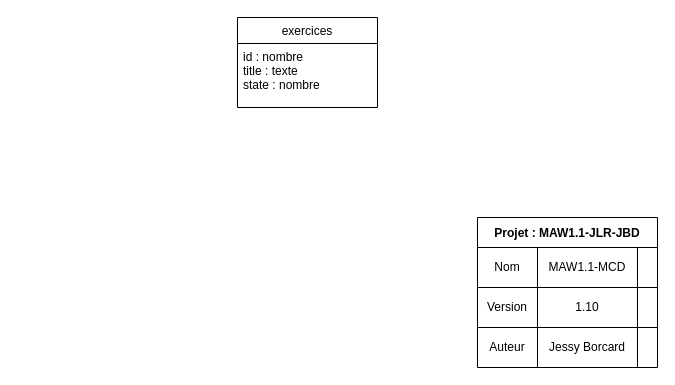
This is Documentation/MAW1.1-MCD.drawio from CPNV-ES/MAW1.1-JLR-JBD, a draw.io file, before an edit. Source tidied: cells renumbered, new cells numbered last; positions are measured from the earlier drawing's top-left corner, leaving out a move shared by most shapes. Both pictures are drawn from the tidied source at 100%, with x=0, y=0 at pixel (237, 17).
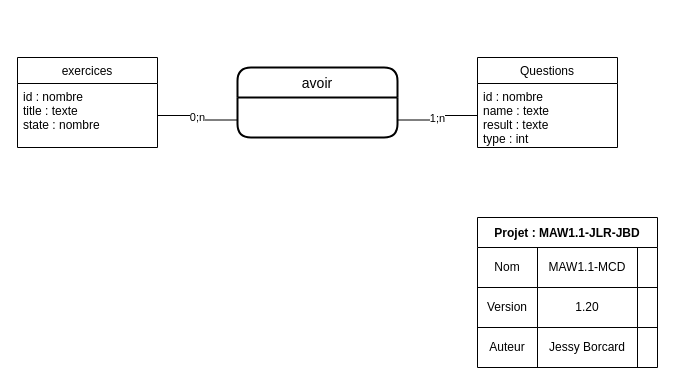
The same page after the edit.

The change refers to these unchanged cells:
```xml
<mxCell id="3" value="id : nombre&#10;title : texte&#10;state : nombre" style="text;strokeColor=none;fillColor=none;align=left;verticalAlign=top;spacingLeft=4;spacingRight=4;overflow=hidden;points=[[0,0.5],[1,0.5]];portConstraint=eastwest;" parent="2" vertex="1">
  <mxGeometry y="26" width="140" height="64" as="geometry" />
</mxCell>
<mxCell id="9" style="shape=tableRow;horizontal=0;startSize=0;swimlaneHead=0;swimlaneBody=0;top=0;left=0;bottom=0;right=0;fillColor=none;" parent="4" vertex="1">
  <mxGeometry y="70" width="180" height="40" as="geometry" />
</mxCell>
```

Change to the diagram source:
```diff
@@
     <mxCell id="2" value="exercices" style="swimlane;fontStyle=0;horizontal=1;startSize=26;fillColor=none;" parent="1" vertex="1">
-      <mxGeometry width="140" height="90" as="geometry" />
+      <mxGeometry x="-220" y="40" width="140" height="90" as="geometry" />
     </mxCell>
@@
-    <mxCell id="11" value="1.10" style="shape=partialRectangle;html=1;whiteSpace=wrap;fillColor=none;top=0;left=0;bottom=0;right=0;overflow=hidden;" parent="9" vertex="1">
+    <mxCell id="11" value="1.20" style="shape=partialRectangle;html=1;whiteSpace=wrap;fillColor=none;top=0;left=0;bottom=0;right=0;overflow=hidden;" parent="9" vertex="1">
       <mxGeometry x="60" width="100" height="40" as="geometry" />
     </mxCell>
@@
+    <mxCell id="17" value="Questions" style="swimlane;fontStyle=0;horizontal=1;startSize=26;fillColor=none;" parent="1" vertex="1">
+      <mxGeometry x="240" y="40" width="140" height="90" as="geometry" />
+    </mxCell>
+    <mxCell id="18" value="id : nombre&#10;name : texte&#10;result : texte&#10;type : int" style="text;strokeColor=none;fillColor=none;align=left;verticalAlign=top;spacingLeft=4;spacingRight=4;overflow=hidden;points=[[0,0.5],[1,0.5]];portConstraint=eastwest;" parent="17" vertex="1">
+      <mxGeometry y="26" width="140" height="64" as="geometry" />
+    </mxCell>
+    <mxCell id="19" value="1;n" style="edgeStyle=orthogonalEdgeStyle;rounded=0;jettySize=auto;html=1;exitX=1;exitY=0.75;exitDx=0;exitDy=0;entryX=0;entryY=0.5;entryDx=0;entryDy=0;endArrow=none;endFill=0;" parent="1" edge="1" source="20" target="18">
+      <mxGeometry relative="1" as="geometry" />
+    </mxCell>
+    <mxCell id="20" value="avoir" style="swimlane;horizontal=1;startSize=30;rounded=1;fontSize=14;fontStyle=0;strokeWidth=2;shadow=0;dashed=0;align=center;" parent="1" vertex="1">
+      <mxGeometry y="50" width="160" height="70" as="geometry" />
+    </mxCell>
+    <mxCell id="21" value="0;n" style="edgeStyle=orthogonalEdgeStyle;rounded=0;jettySize=auto;html=1;exitX=1;exitY=0.5;exitDx=0;exitDy=0;entryX=0;entryY=0.75;entryDx=0;entryDy=0;endArrow=none;endFill=0;" parent="1" edge="1" source="3" target="20">
+      <mxGeometry relative="1" as="geometry" />
+    </mxCell>
```
